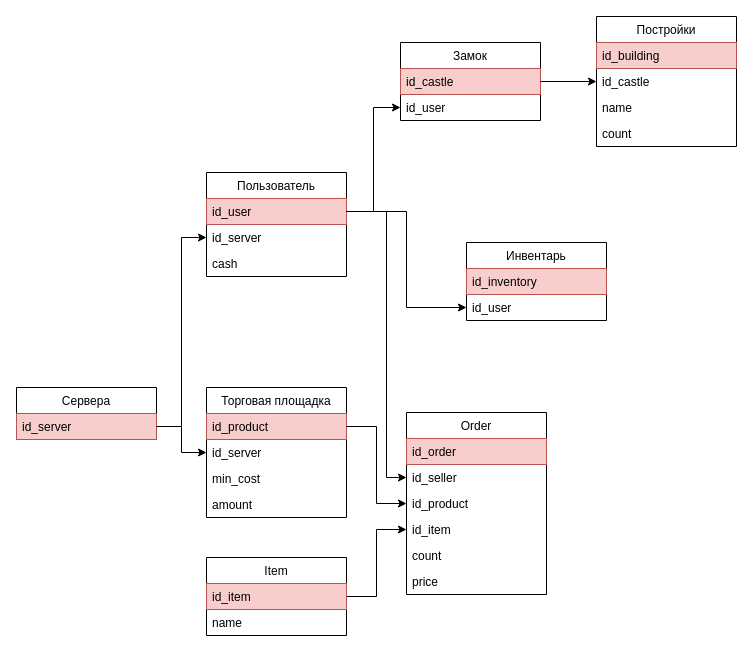
Earlier version of the draw.io diagram Untitled Diagram.drawio (MiKaMoRe/mirfi-bot1). Source tidied: cells renumbered, new cells numbered last; positions are measured from the earlier drawing's top-left corner, leaving out a move shared by most shapes. Both pictures are drawn from the tidied source at 100%, with x=0, y=0 at pixel (16, 16).
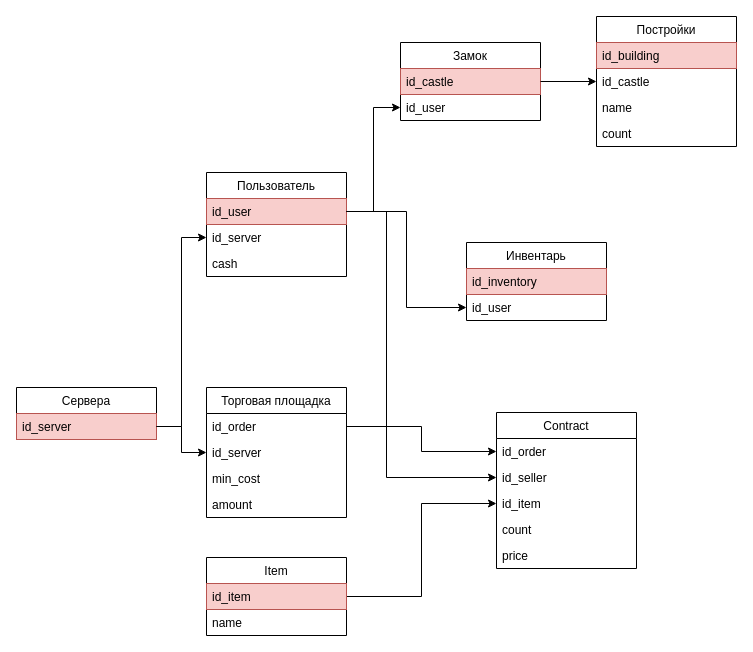
The same page after the edit.

The change refers to these unchanged cells:
```xml
<mxCell id="9" value="Торговая площадка" style="swimlane;fontStyle=0;horizontal=1;startSize=26;fillColor=none;" parent="1" vertex="1">
  <mxGeometry x="190" y="371" width="140" height="130" as="geometry" />
</mxCell>
```

Diff of the diagram source:
```diff
@@
-    <mxCell id="10" value="id_product" style="text;align=left;verticalAlign=top;spacingLeft=4;spacingRight=4;overflow=hidden;points=[[0,0.5],[1,0.5]];portConstraint=eastwest;fillColor=#f8cecc;strokeColor=#b85450;" parent="9" vertex="1">
+    <mxCell id="10" value="id_order" style="text;align=left;verticalAlign=top;spacingLeft=4;spacingRight=4;overflow=hidden;points=[[0,0.5],[1,0.5]];portConstraint=eastwest;" parent="9" vertex="1">
       <mxGeometry y="26" width="140" height="26" as="geometry" />
     </mxCell>
@@
-    <mxCell id="23" value="Order" style="swimlane;fontStyle=0;horizontal=1;startSize=26;fillColor=none;" parent="1" vertex="1">
-      <mxGeometry x="390" y="396" width="140" height="182" as="geometry" />
+    <mxCell id="23" value="Contract" style="swimlane;fontStyle=0;horizontal=1;startSize=26;fillColor=none;labelBackgroundColor=none;" parent="1" vertex="1">
+      <mxGeometry x="480" y="396" width="140" height="156" as="geometry" />
     </mxCell>
-    <mxCell id="24" value="id_order" style="text;align=left;verticalAlign=top;spacingLeft=4;spacingRight=4;overflow=hidden;points=[[0,0.5],[1,0.5]];portConstraint=eastwest;fillColor=#f8cecc;strokeColor=#b85450;" parent="23" vertex="1">
+    <mxCell id="24" value="id_order" style="text;align=left;verticalAlign=top;spacingLeft=4;spacingRight=4;overflow=hidden;points=[[0,0.5],[1,0.5]];portConstraint=eastwest;" parent="23" vertex="1">
       <mxGeometry y="26" width="140" height="26" as="geometry" />
     </mxCell>
@@
-    <mxCell id="26" value="id_product" style="text;align=left;verticalAlign=top;spacingLeft=4;spacingRight=4;overflow=hidden;points=[[0,0.5],[1,0.5]];portConstraint=eastwest;" parent="23" vertex="1">
-      <mxGeometry y="78" width="140" height="26" as="geometry" />
-    </mxCell>
@@
     <mxCell id="29" value="id_item" style="text;align=left;verticalAlign=top;spacingLeft=4;spacingRight=4;overflow=hidden;points=[[0,0.5],[1,0.5]];portConstraint=eastwest;" parent="23" vertex="1">
-      <mxGeometry y="104" width="140" height="26" as="geometry" />
+      <mxGeometry y="78" width="140" height="26" as="geometry" />
     </mxCell>
     <mxCell id="30" value="count" style="text;align=left;verticalAlign=top;spacingLeft=4;spacingRight=4;overflow=hidden;" parent="23" vertex="1">
-      <mxGeometry y="130" width="140" height="26" as="geometry" />
+      <mxGeometry y="104" width="140" height="26" as="geometry" />
     </mxCell>
     <mxCell id="31" value="price" style="text;align=left;verticalAlign=top;spacingLeft=4;spacingRight=4;overflow=hidden;" parent="23" vertex="1">
-      <mxGeometry y="156" width="140" height="26" as="geometry" />
+      <mxGeometry y="130" width="140" height="26" as="geometry" />
     </mxCell>
-    <mxCell id="32" style="edgeStyle=orthogonalEdgeStyle;rounded=0;jettySize=auto;html=1;exitX=1;exitY=0.5;exitDx=0;exitDy=0;entryX=0;entryY=0.5;entryDx=0;entryDy=0;" parent="1" edge="1" source="10" target="26">
+    <mxCell id="32" style="edgeStyle=orthogonalEdgeStyle;rounded=0;jettySize=auto;html=1;exitX=1;exitY=0.5;exitDx=0;exitDy=0;entryX=0;entryY=0.5;entryDx=0;entryDy=0;" parent="1" edge="1" source="10" target="24">
       <mxGeometry relative="1" as="geometry" />
     </mxCell>
```
